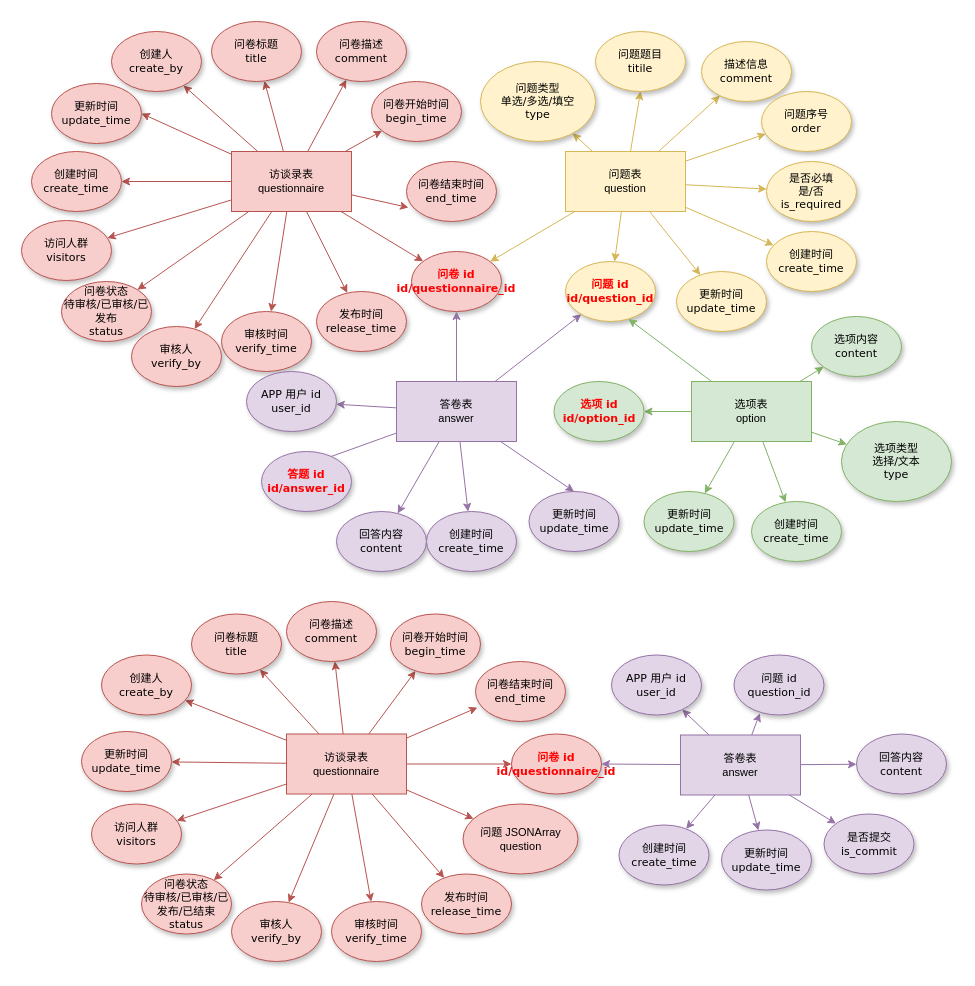
Eurkon/Diagrams keeps this draw.io diagram as 访谈录ER.drawio. Above is the earlier version. Source tidied: cells renumbered, new cells numbered last; positions are measured from the earlier drawing's top-left corner, leaving out a move shared by most shapes. Both pictures are drawn from the tidied source at 100%, with x=0, y=0 at pixel (21, 21).
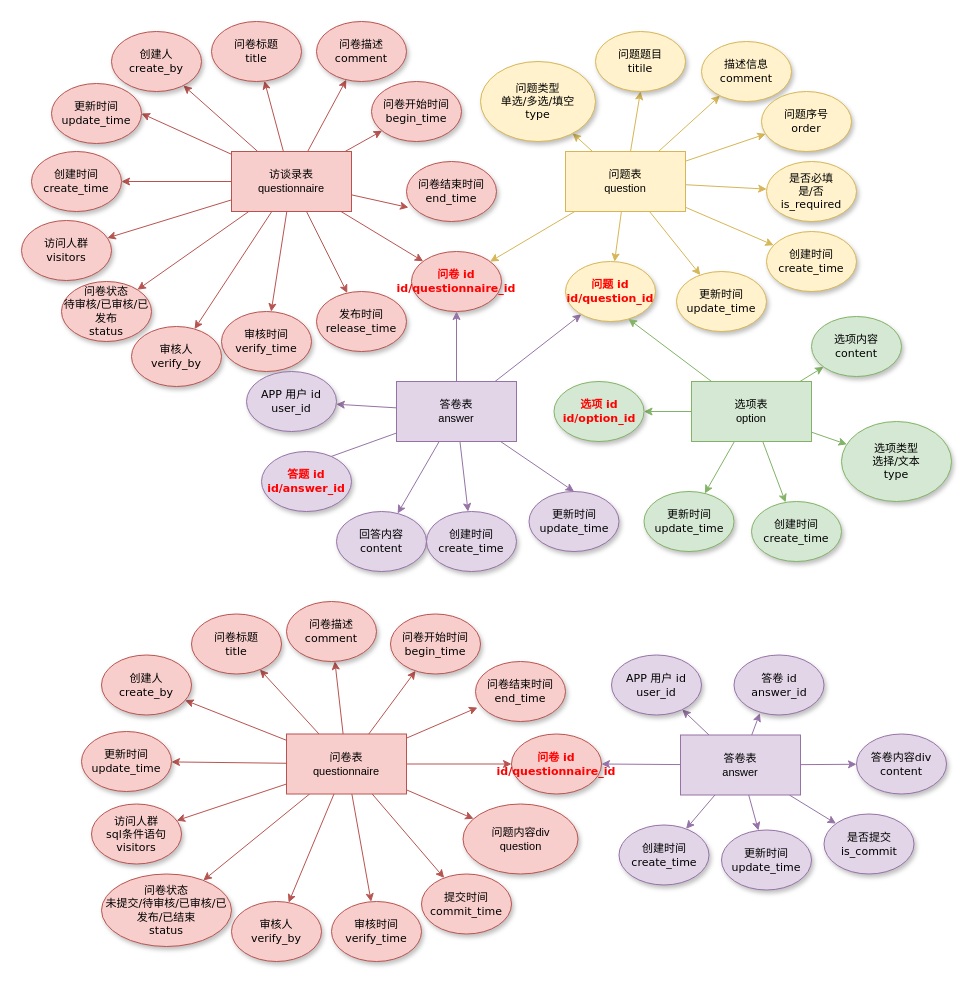
The same page after the edit.

Commit message:
更新访谈录ER.drawio

The edit, as a diff of the source:
```diff
@@
-    <mxCell id="84" value="访谈录表&lt;br style=&quot;font-size: 11px;&quot;&gt;questionnaire" style="rounded=0;whiteSpace=wrap;html=1;fontSize=11;fillColor=#f8cecc;strokeColor=#b85450;" parent="1" vertex="1">
+    <mxCell id="84" value="问卷表&lt;br style=&quot;font-size: 11px&quot;&gt;questionnaire" style="rounded=0;whiteSpace=wrap;html=1;fontSize=11;fillColor=#f8cecc;strokeColor=#b85450;" parent="1" vertex="1">
       <mxGeometry x="265" y="712.5" width="120" height="60" as="geometry" />
     </mxCell>
@@
-    <mxCell id="93" value="问卷状态&lt;br style=&quot;font-size: 11px&quot;&gt;待审核/已审核/已发布/已结束&lt;br&gt;&lt;span style=&quot;font-size: 11px&quot;&gt;status&lt;/span&gt;" style="ellipse;whiteSpace=wrap;html=1;rounded=0;shadow=1;comic=0;labelBackgroundColor=none;strokeWidth=1;fontFamily=Verdana;fontSize=11;align=center;fillColor=#f8cecc;strokeColor=#b85450;" parent="1" vertex="1">
-      <mxGeometry x="120" y="852.5" width="90" height="60" as="geometry" />
+    <mxCell id="93" value="问卷状态&lt;br style=&quot;font-size: 11px&quot;&gt;未提交/待审核/已审核/已发布/已结束&lt;br&gt;&lt;span style=&quot;font-size: 11px&quot;&gt;status&lt;/span&gt;" style="ellipse;whiteSpace=wrap;html=1;rounded=0;shadow=1;comic=0;labelBackgroundColor=none;strokeWidth=1;fontFamily=Verdana;fontSize=11;align=center;fillColor=#f8cecc;strokeColor=#b85450;" parent="1" vertex="1">
+      <mxGeometry x="80" y="852.5" width="130" height="72.5" as="geometry" />
     </mxCell>
-    <mxCell id="94" value="发布时间&lt;br style=&quot;font-size: 11px;&quot;&gt;release_time" style="ellipse;whiteSpace=wrap;html=1;rounded=0;shadow=1;comic=0;labelBackgroundColor=none;strokeWidth=1;fontFamily=Verdana;fontSize=11;align=center;fillColor=#f8cecc;strokeColor=#b85450;" parent="1" vertex="1">
+    <mxCell id="94" value="提交时间&lt;br style=&quot;font-size: 11px&quot;&gt;commit_time" style="ellipse;whiteSpace=wrap;html=1;rounded=0;shadow=1;comic=0;labelBackgroundColor=none;strokeWidth=1;fontFamily=Verdana;fontSize=11;align=center;fillColor=#f8cecc;strokeColor=#b85450;" parent="1" vertex="1">
       <mxGeometry x="400" y="852.5" width="90" height="60" as="geometry" />
     </mxCell>
@@
-    <mxCell id="96" value="回答内容&lt;br&gt;content" style="ellipse;whiteSpace=wrap;html=1;rounded=0;shadow=1;comic=0;labelBackgroundColor=none;strokeWidth=1;fontFamily=Verdana;fontSize=11;align=center;fillColor=#e1d5e7;strokeColor=#9673a6;" parent="1" vertex="1">
+    <mxCell id="96" value="答卷内容div&lt;br&gt;content" style="ellipse;whiteSpace=wrap;html=1;rounded=0;shadow=1;comic=0;labelBackgroundColor=none;strokeWidth=1;fontFamily=Verdana;fontSize=11;align=center;fillColor=#e1d5e7;strokeColor=#9673a6;" parent="1" vertex="1">
       <mxGeometry x="835" y="712.5" width="90" height="60" as="geometry" />
     </mxCell>
@@
-    <mxCell id="106" value="&lt;span style=&quot;font-family: &amp;#34;helvetica&amp;#34;&quot;&gt;问题 JSONArray&lt;/span&gt;&lt;br style=&quot;font-family: &amp;#34;helvetica&amp;#34;&quot;&gt;&lt;span style=&quot;font-family: &amp;#34;helvetica&amp;#34;&quot;&gt;question&lt;/span&gt;" style="ellipse;whiteSpace=wrap;html=1;rounded=0;shadow=1;comic=0;labelBackgroundColor=none;strokeWidth=1;fontFamily=Verdana;fontSize=11;align=center;fillColor=#f8cecc;strokeColor=#b85450;" parent="1" vertex="1">
+    <mxCell id="106" value="&lt;span style=&quot;font-family: &amp;#34;helvetica&amp;#34;&quot;&gt;问题内容div&lt;/span&gt;&lt;br style=&quot;font-family: &amp;#34;helvetica&amp;#34;&quot;&gt;&lt;span style=&quot;font-family: &amp;#34;helvetica&amp;#34;&quot;&gt;question&lt;/span&gt;" style="ellipse;whiteSpace=wrap;html=1;rounded=0;shadow=1;comic=0;labelBackgroundColor=none;strokeWidth=1;fontFamily=Verdana;fontSize=11;align=center;fillColor=#f8cecc;strokeColor=#b85450;" parent="1" vertex="1">
       <mxGeometry x="441.5" y="782.5" width="115" height="70" as="geometry" />
     </mxCell>
-    <mxCell id="107" value="问题 id&lt;br style=&quot;font-size: 11px&quot;&gt;question_id" style="ellipse;whiteSpace=wrap;html=1;rounded=0;shadow=1;comic=0;labelBackgroundColor=none;strokeWidth=1;fontFamily=Verdana;fontSize=11;align=center;fillColor=#e1d5e7;strokeColor=#9673a6;" parent="1" vertex="1">
+    <mxCell id="107" value="答卷 id&lt;br style=&quot;font-size: 11px&quot;&gt;answer_id" style="ellipse;whiteSpace=wrap;html=1;rounded=0;shadow=1;comic=0;labelBackgroundColor=none;strokeWidth=1;fontFamily=Verdana;fontSize=11;align=center;fillColor=#e1d5e7;strokeColor=#9673a6;" parent="1" vertex="1">
       <mxGeometry x="712.5" y="633.5" width="90" height="60" as="geometry" />
     </mxCell>
@@
-    <mxCell id="110" value="访问人群&lt;br&gt;&lt;span style=&quot;font-size: 11px&quot;&gt;visitors&lt;/span&gt;" style="ellipse;whiteSpace=wrap;html=1;rounded=0;shadow=1;comic=0;labelBackgroundColor=none;strokeWidth=1;fontFamily=Verdana;fontSize=11;align=center;fillColor=#f8cecc;strokeColor=#b85450;" parent="1" vertex="1">
+    <mxCell id="110" value="访问人群&lt;br&gt;sql条件语句&lt;br&gt;&lt;span style=&quot;font-size: 11px&quot;&gt;visitors&lt;/span&gt;" style="ellipse;whiteSpace=wrap;html=1;rounded=0;shadow=1;comic=0;labelBackgroundColor=none;strokeWidth=1;fontFamily=Verdana;fontSize=11;align=center;fillColor=#f8cecc;strokeColor=#b85450;" parent="1" vertex="1">
       <mxGeometry x="70" y="782.5" width="90" height="60" as="geometry" />
     </mxCell>
```
